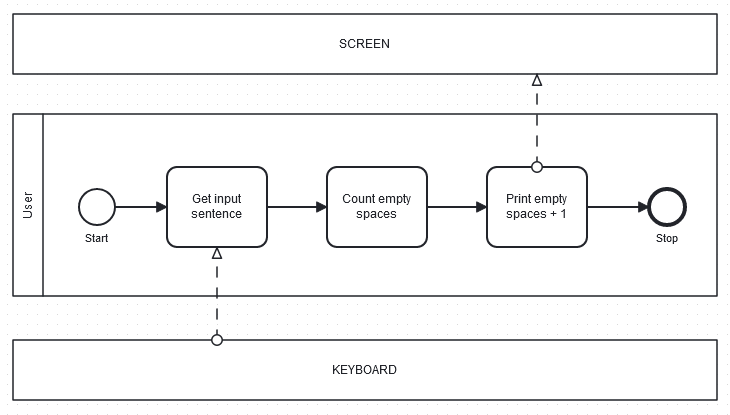
Before: img/wordCount1.png, a diagram exported from BPMN (birkenkrahe/py109). Its source is kept beside it as bpmn/wordCount1.bpmn. Ids are renumbered.
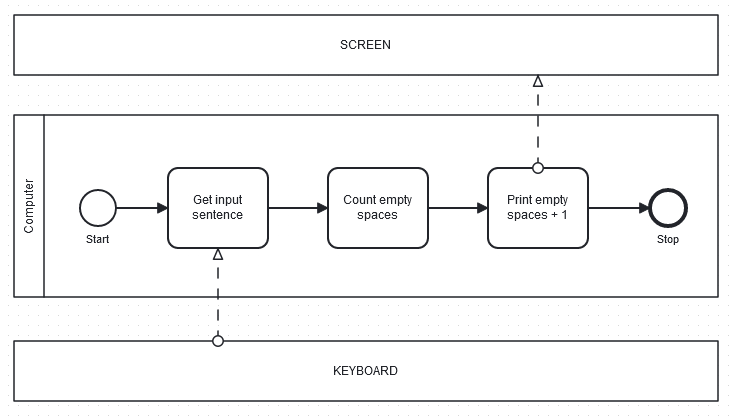
The same diagram one commit later.

Diff of the diagram source:
```diff
@@ -1,6 +1,6 @@
 <bpmn:definitions xmlns:xsi="http://www.w3.org/2001/XMLSchema-instance" xmlns:bpmn="http://www.omg.org/spec/BPMN/20100524/MODEL" xmlns:bpmndi="http://www.omg.org/spec/BPMN/20100524/DI" xmlns:dc="http://www.omg.org/spec/DD/20100524/DC" xmlns:di="http://www.omg.org/spec/DD/20100524/DI" id="Definitions_n1" targetNamespace="http://bpmn.io/schema/bpmn" exporter="bpmn-js (https://demo.bpmn.io)" exporterVersion="14.0.0">
   <bpmn:collaboration id="Collaboration_n2">
-    <bpmn:participant id="Participant_n3" name="User" processRef="Process_n4" />
+    <bpmn:participant id="Participant_n3" name="Computer" processRef="Process_n4" />
     <bpmn:participant id="Participant_n5" name="KEYBOARD" />
     <bpmn:participant id="Participant_n6" name="SCREEN" />
     <bpmn:messageFlow id="Flow_n7" sourceRef="Participant_n5" targetRef="Activity_n8" />
```
